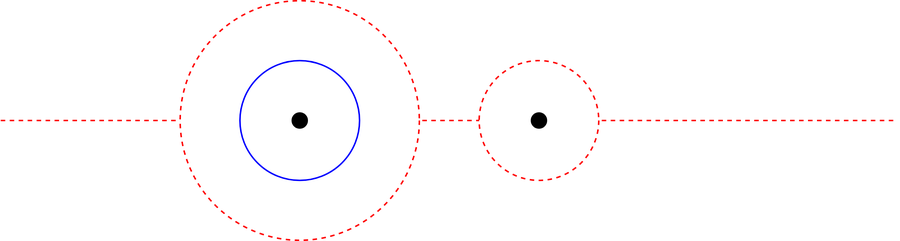
Before: reports/report 3 (initial thesis)/epsilon_2.png, a diagram exported from draw.io (largecats/capstone-project). Source tidied: cells renumbered, new cells last; positions are measured from the earlier drawing's top-left corner, leaving out a move shared by most shapes. The source it was exported from:
```xml
<mxGraphModel>
  <root>
    <mxCell id="0" />
    <mxCell id="1" parent="0" />
    <mxCell id="2" style="endArrow=none;dashed=1;html=1;strokeColor=#FF0000;" parent="1" edge="1">
      <mxGeometry relative="1" as="geometry">
        <mxPoint y="80" as="sourcePoint" />
        <mxPoint x="600" y="80" as="targetPoint" />
      </mxGeometry>
    </mxCell>
    <mxCell id="3" style="ellipse;whiteSpace=wrap;html=1;strokeColor=#FF0000;dashed=1;" parent="1" vertex="1">
      <mxGeometry x="120" width="160" height="160" as="geometry" />
    </mxCell>
    <mxCell id="4" style="ellipse;whiteSpace=wrap;html=1;strokeColor=#0000FF;fillColor=#FFFFFF;" parent="1" vertex="1">
      <mxGeometry x="160" y="40" width="80" height="80" as="geometry" />
    </mxCell>
    <mxCell id="5" style="ellipse;whiteSpace=wrap;html=1;strokeColor=#FF0000;fillColor=#FFFFFF;dashed=1;" parent="1" vertex="1">
      <mxGeometry x="320" y="40" width="80" height="80" as="geometry" />
    </mxCell>
    <mxCell id="6" style="ellipse;whiteSpace=wrap;html=1;strokeColor=#000000;fillColor=#000000;" parent="1" vertex="1">
      <mxGeometry x="195" y="75" width="10" height="10" as="geometry" />
    </mxCell>
    <mxCell id="7" style="ellipse;whiteSpace=wrap;html=1;strokeColor=#000000;fillColor=#000000;" parent="1" vertex="1">
      <mxGeometry x="355" y="75" width="10" height="10" as="geometry" />
    </mxCell>
  </root>
</mxGraphModel>
```
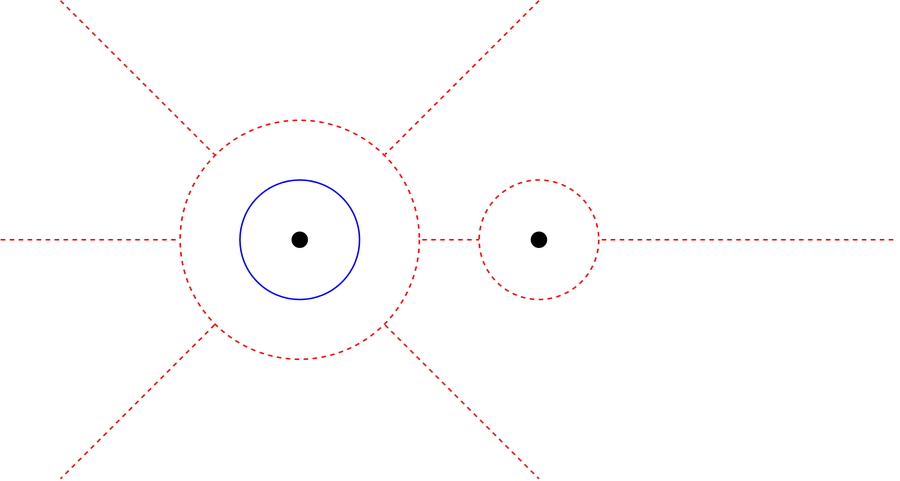
The same diagram one commit later.

Diff of the diagram source:
```diff
@@ -23,5 +23,25 @@
     <mxCell id="7" style="ellipse;whiteSpace=wrap;html=1;strokeColor=#000000;fillColor=#000000;" parent="1" vertex="1">
       <mxGeometry x="355" y="75" width="10" height="10" as="geometry" />
     </mxCell>
+    <mxCell id="8" style="endArrow=none;dashed=1;html=1;strokeColor=#FF0000;entryX=0;entryY=0;entryDx=0;entryDy=0;" parent="1" edge="1" target="3">
+      <mxGeometry relative="1" as="geometry">
+        <mxPoint x="40" y="-80" as="sourcePoint" />
+      </mxGeometry>
+    </mxCell>
+    <mxCell id="9" style="endArrow=none;dashed=1;html=1;entryX=1;entryY=0;entryDx=0;entryDy=0;strokeColor=#FF0000;" parent="1" edge="1" target="3">
+      <mxGeometry relative="1" as="geometry">
+        <mxPoint x="360" y="-80" as="sourcePoint" />
+      </mxGeometry>
+    </mxCell>
+    <mxCell id="10" style="endArrow=none;dashed=1;html=1;strokeColor=#FF0000;exitX=0;exitY=1;exitDx=0;exitDy=0;" parent="1" edge="1" source="3">
+      <mxGeometry relative="1" as="geometry">
+        <mxPoint x="40" y="240" as="targetPoint" />
+      </mxGeometry>
+    </mxCell>
+    <mxCell id="11" style="endArrow=none;dashed=1;html=1;strokeColor=#FF0000;exitX=1;exitY=1;exitDx=0;exitDy=0;" parent="1" edge="1" source="3">
+      <mxGeometry relative="1" as="geometry">
+        <mxPoint x="360" y="240" as="targetPoint" />
+      </mxGeometry>
+    </mxCell>
   </root>
 </mxGraphModel>
```
